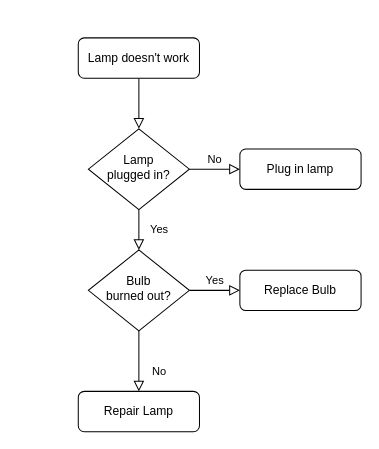
Earlier version of the draw.io diagram 463Project1.drawio (jfd5838/463Project1). Source tidied: cells renumbered, new cells numbered last; positions are measured from the earlier drawing's top-left corner, leaving out a move shared by most shapes. Both pictures are drawn from the tidied source at 101%, with x=0, y=0 at pixel (78, 37).
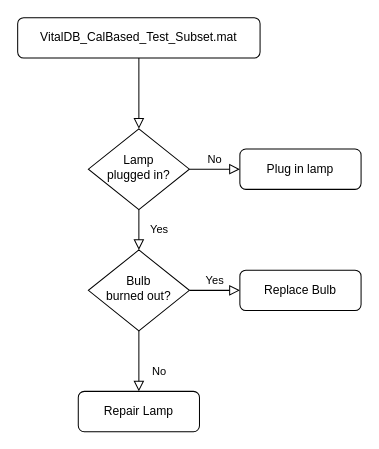
After the change.

Change to the diagram source:
```diff
@@
 <mxGraphModel>
   <root>
     <mxCell id="0" />
     <mxCell id="1" parent="0" />
     <mxCell id="2" style="rounded=0;html=1;jettySize=auto;fontSize=11;endArrow=block;endFill=0;endSize=8;strokeWidth=1;shadow=0;labelBackgroundColor=none;edgeStyle=orthogonalEdgeStyle;" parent="1" edge="1" source="3" target="6">
       <mxGeometry relative="1" as="geometry" />
     </mxCell>
-    <mxCell id="3" value="Lamp doesn't work" style="rounded=1;whiteSpace=wrap;html=1;fontSize=12;glass=0;strokeWidth=1;shadow=0;" parent="1" vertex="1">
-      <mxGeometry width="120" height="40" as="geometry" />
+    <mxCell id="3" value="VitalDB_CalBased_Test_Subset.mat" style="rounded=1;whiteSpace=wrap;html=1;fontSize=12;glass=0;strokeWidth=1;shadow=0;" parent="1" vertex="1">
+      <mxGeometry x="-60" y="-20" width="240" height="40" as="geometry" />
     </mxCell>
     <mxCell id="4" value="Yes" style="rounded=0;html=1;jettySize=auto;fontSize=11;endArrow=block;endFill=0;endSize=8;strokeWidth=1;shadow=0;labelBackgroundColor=none;edgeStyle=orthogonalEdgeStyle;" parent="1" edge="1" source="6" target="10">
       <mxGeometry y="20" relative="1" as="geometry" />
     </mxCell>
     <mxCell id="5" value="No" style="edgeStyle=orthogonalEdgeStyle;rounded=0;html=1;jettySize=auto;fontSize=11;endArrow=block;endFill=0;endSize=8;strokeWidth=1;shadow=0;labelBackgroundColor=none;" parent="1" edge="1" source="6" target="7">
       <mxGeometry y="10" relative="1" as="geometry" />
     </mxCell>
     <mxCell id="6" value="Lamp&lt;br&gt;plugged in?" style="rhombus;whiteSpace=wrap;html=1;shadow=0;fontFamily=Helvetica;fontSize=12;align=center;strokeWidth=1;spacing=6;spacingTop=-4;" parent="1" vertex="1">
       <mxGeometry x="10" y="90" width="100" height="80" as="geometry" />
     </mxCell>
     <mxCell id="7" value="Plug in lamp" style="rounded=1;whiteSpace=wrap;html=1;fontSize=12;glass=0;strokeWidth=1;shadow=0;" parent="1" vertex="1">
       <mxGeometry x="160" y="110" width="120" height="40" as="geometry" />
     </mxCell>
     <mxCell id="8" value="No" style="rounded=0;html=1;jettySize=auto;fontSize=11;endArrow=block;endFill=0;endSize=8;strokeWidth=1;shadow=0;labelBackgroundColor=none;edgeStyle=orthogonalEdgeStyle;" parent="1" edge="1" source="10" target="11">
       <mxGeometry x="0.33" y="20" relative="1" as="geometry" />
     </mxCell>
     <mxCell id="9" value="Yes" style="edgeStyle=orthogonalEdgeStyle;rounded=0;html=1;jettySize=auto;fontSize=11;endArrow=block;endFill=0;endSize=8;strokeWidth=1;shadow=0;labelBackgroundColor=none;" parent="1" edge="1" source="10" target="12">
       <mxGeometry y="10" relative="1" as="geometry" />
     </mxCell>
     <mxCell id="10" value="Bulb&lt;br&gt;burned out?" style="rhombus;whiteSpace=wrap;html=1;shadow=0;fontFamily=Helvetica;fontSize=12;align=center;strokeWidth=1;spacing=6;spacingTop=-4;" parent="1" vertex="1">
       <mxGeometry x="10" y="210" width="100" height="80" as="geometry" />
     </mxCell>
     <mxCell id="11" value="Repair Lamp" style="rounded=1;whiteSpace=wrap;html=1;fontSize=12;glass=0;strokeWidth=1;shadow=0;" parent="1" vertex="1">
       <mxGeometry y="350" width="120" height="40" as="geometry" />
     </mxCell>
     <mxCell id="12" value="Replace Bulb" style="rounded=1;whiteSpace=wrap;html=1;fontSize=12;glass=0;strokeWidth=1;shadow=0;" parent="1" vertex="1">
       <mxGeometry x="160" y="230" width="120" height="40" as="geometry" />
     </mxCell>
   </root>
 </mxGraphModel>
```
